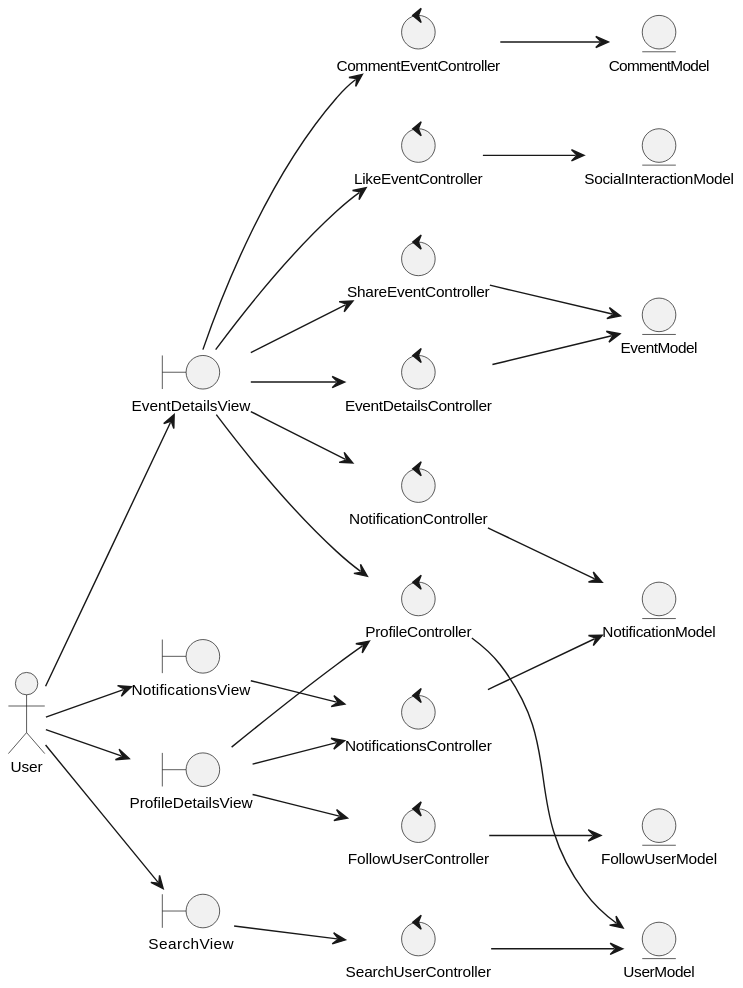
Above: Análisis/Clases de Análisis/diagramas/analysisClassDiagramSocialInteractions.svg in valeraruggierotesisucv/tesis-frameworks-mobile-diagrams (PlantUML), before the change.
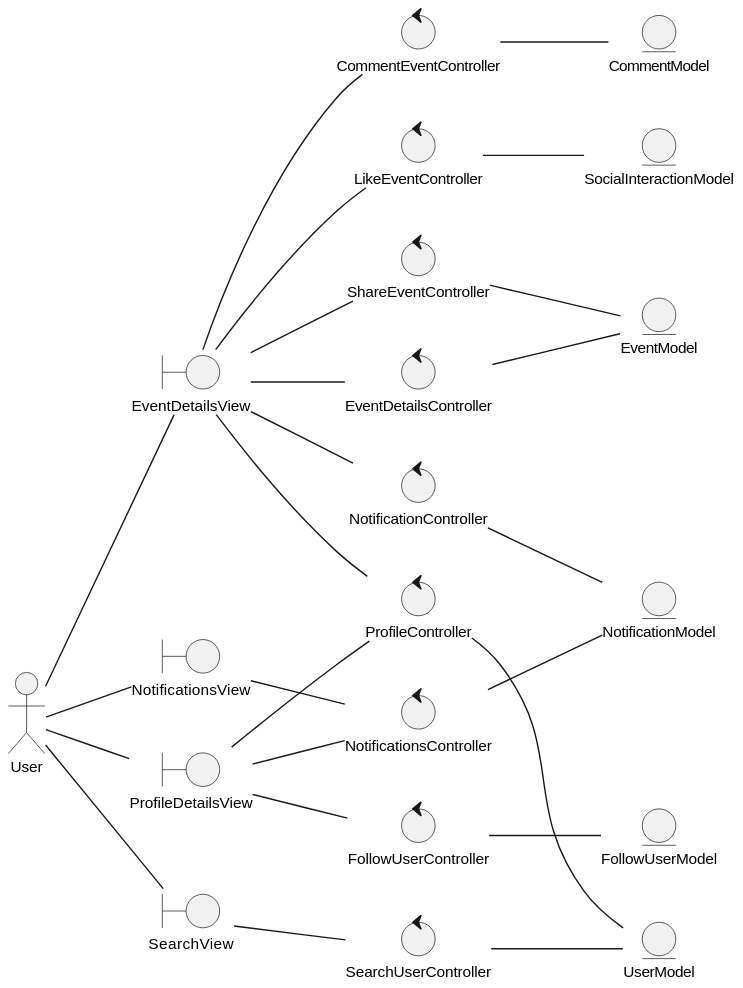
After the change.

The edit, as a diff of the source:
```diff
@@ -29,32 +29,32 @@
 control "SearchUserController" as searchUserController
 control "NotificationController" as notificationController
 
-user --> eventDetailsView
-user --> profileDetailsView
-user --> notificationsView
-user --> searchView
+user -- eventDetailsView
+user -- profileDetailsView
+user -- notificationsView
+user -- searchView
 
-eventDetailsView --> eventDetailsController
-eventDetailsView --> commentEventController
-eventDetailsView --> likeEventController
-eventDetailsView --> shareEventController
-eventDetailsView --> profileController
-eventDetailsView --> notificationController
+eventDetailsView -- eventDetailsController
+eventDetailsView -- commentEventController
+eventDetailsView -- likeEventController
+eventDetailsView -- shareEventController
+eventDetailsView -- profileController
+eventDetailsView -- notificationController
 
-profileDetailsView --> followUserController
-profileDetailsView --> notificationsController
-notificationsView --> notificationsController
-searchView --> searchUserController
-profileDetailsView --> profileController
+profileDetailsView -- followUserController
+profileDetailsView -- notificationsController
+notificationsView -- notificationsController
+searchView -- searchUserController
+profileDetailsView -- profileController
 
 
-profileController --> userModel
-eventDetailsController --> eventModel
-commentEventController --> commentModel
-likeEventController --> socialInteractionModel
-shareEventController --> eventModel
-followUserController --> followUserModel
-notificationsController --> notificationModel
-searchUserController --> userModel
-notificationController --> notificationModel
+profileController -- userModel
+eventDetailsController -- eventModel
+commentEventController -- commentModel
+likeEventController -- socialInteractionModel
+shareEventController -- eventModel
+followUserController -- followUserModel
+notificationsController -- notificationModel
+searchUserController -- userModel
+notificationController -- notificationModel
 @enduml
```
